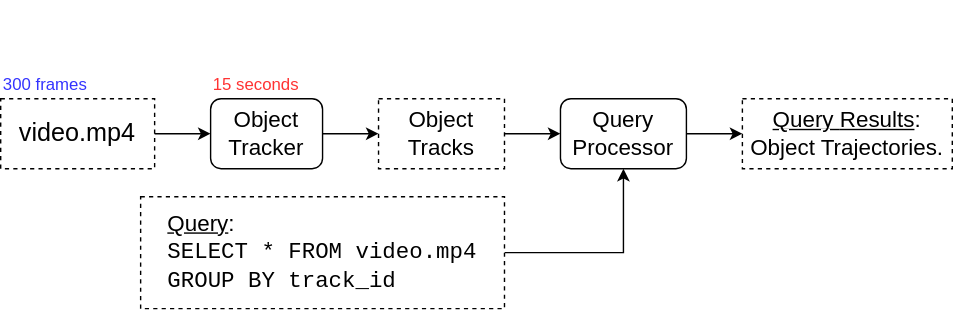
Before: assets/ot-pipeline-2.svg, a diagram exported from draw.io (chanwutk/slide-video-dsf-2025-reveal). Source tidied: cells renumbered, new cells last; positions are measured from the earlier drawing's top-left corner, leaving out a move shared by most shapes.
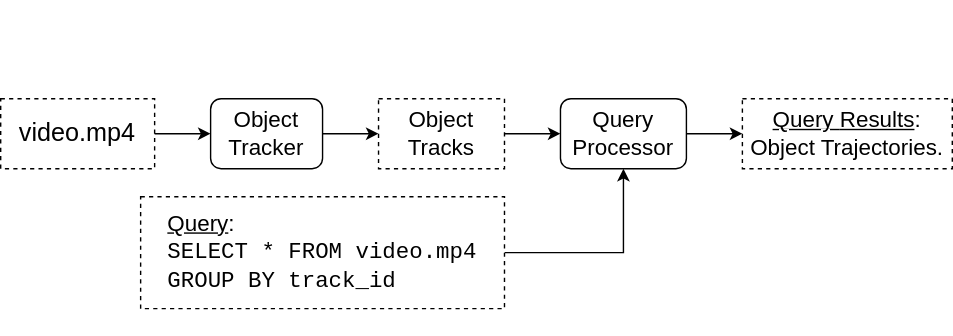
After the change.

What changed in the source:
```diff
@@ -38,11 +38,5 @@
     <mxCell id="13" value="&lt;div style=&quot;text-align: left;&quot;&gt;&lt;span style=&quot;background-color: transparent; color: light-dark(rgb(0, 0, 0), rgb(255, 255, 255)); font-size: 16px;&quot;&gt;&lt;u&gt;Query&lt;/u&gt;&lt;/span&gt;&lt;span style=&quot;background-color: transparent; color: light-dark(rgb(0, 0, 0), rgb(255, 255, 255)); font-size: 16px;&quot;&gt;:&lt;/span&gt;&lt;/div&gt;&lt;div style=&quot;text-align: left;&quot;&gt;&lt;span style=&quot;background-color: transparent; color: light-dark(rgb(0, 0, 0), rgb(255, 255, 255)); font-size: 16px;&quot;&gt;&lt;font face=&quot;Courier New&quot;&gt;SELECT * FROM video.mp4&lt;/font&gt;&lt;/span&gt;&lt;/div&gt;&lt;div style=&quot;text-align: left;&quot;&gt;&lt;span style=&quot;background-color: transparent; color: light-dark(rgb(0, 0, 0), rgb(255, 255, 255)); font-size: 16px;&quot;&gt;&lt;font face=&quot;Courier New&quot;&gt;GROUP BY track_id&lt;/font&gt;&lt;/span&gt;&lt;/div&gt;" style="rounded=0;whiteSpace=wrap;html=1;align=center;strokeColor=default;fillColor=default;dashed=1;" parent="1" vertex="1">
       <mxGeometry x="100" y="140" width="260" height="80" as="geometry" />
     </mxCell>
-    <mxCell id="14" value="300 frames" style="text;html=1;align=left;verticalAlign=middle;whiteSpace=wrap;rounded=0;fontColor=#3333FF;" parent="1" vertex="1">
-      <mxGeometry y="50" width="100" height="20" as="geometry" />
-    </mxCell>
-    <mxCell id="15" value="15 seconds" style="text;html=1;align=left;verticalAlign=middle;whiteSpace=wrap;rounded=0;fontColor=#FF3333;" parent="1" vertex="1">
-      <mxGeometry x="150" y="50" width="80" height="20" as="geometry" />
-    </mxCell>
   </root>
 </mxGraphModel>
```
